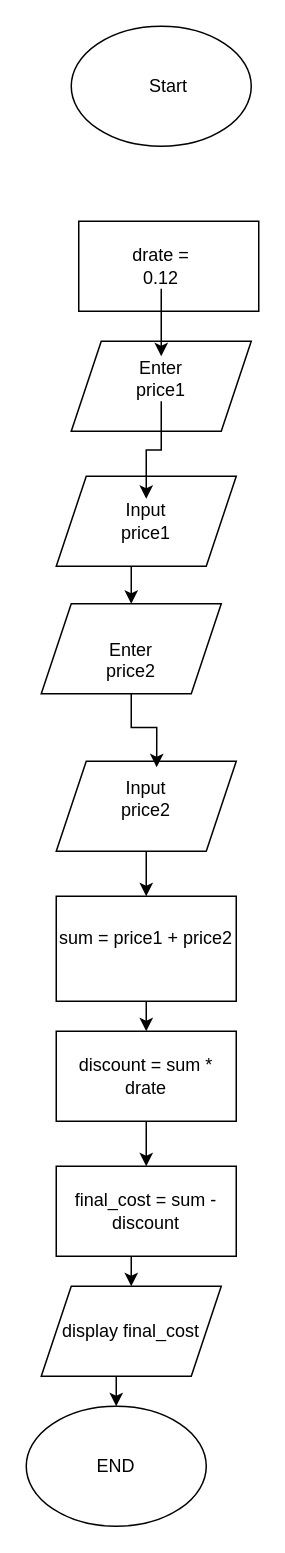
Before: Flowcharts/Untitled Diagram.drawio in ElectricDaFearox/Tougaloo-Fundemental-Programming, a draw.io diagram. Source tidied: cells renumbered, new cells numbered last; positions are measured from the earlier drawing's top-left corner, leaving out a move shared by most shapes. Both pictures are drawn from the tidied source at 150%, with x=0, y=0 at pixel (26, 26).
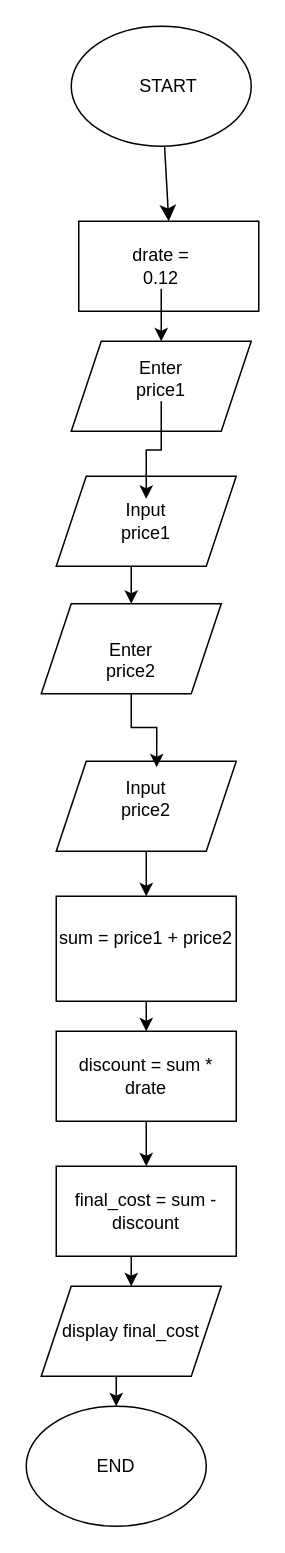
Above is the later version.

Unchanged cells that the change refers to:
```xml
<mxCell id="2" style="ellipse;whiteSpace=wrap;html=1;" parent="1" vertex="1">
  <mxGeometry x="30" width="120" height="80" as="geometry" />
</mxCell>
<mxCell id="3" style="rounded=0;whiteSpace=wrap;html=1;" parent="1" vertex="1">
  <mxGeometry x="35" y="130" width="120" height="60" as="geometry" />
</mxCell>
<mxCell id="4" style="shape=parallelogram;perimeter=parallelogramPerimeter;whiteSpace=wrap;html=1;fixedSize=1;" parent="1" vertex="1">
  <mxGeometry x="30" y="210" width="120" height="60" as="geometry" />
</mxCell>
<mxCell id="9" value="drate = 0.12" style="text;html=1;align=center;verticalAlign=middle;whiteSpace=wrap;rounded=0;" parent="1" vertex="1">
  <mxGeometry x="60" y="145" width="60" height="30" as="geometry" />
</mxCell>
<mxCell id="11" value="Enter price1" style="text;html=1;align=center;verticalAlign=middle;whiteSpace=wrap;rounded=0;" parent="1" vertex="1">
  <mxGeometry x="60" y="220" width="60" height="30" as="geometry" />
</mxCell>
```

Diff of the diagram source:
```diff
@@
+    <mxCell id="28" style="edgeStyle=none;curved=1;rounded=0;jettySize=auto;html=1;entryX=0.5;entryY=0;entryDx=0;entryDy=0;fontSize=12;startSize=8;endSize=8;" parent="1" edge="1" source="2" target="3">
+      <mxGeometry relative="1" as="geometry" />
+    </mxCell>
@@
-    <mxCell id="7" value="Start" style="text;html=1;align=center;verticalAlign=middle;whiteSpace=wrap;rounded=0;" parent="1" vertex="1">
+    <mxCell id="7" value="START" style="text;html=1;align=center;verticalAlign=middle;whiteSpace=wrap;rounded=0;" parent="1" vertex="1">
       <mxGeometry x="65" y="25" width="60" height="30" as="geometry" />
     </mxCell>
-    <mxCell id="8" style="edgeStyle=orthogonalEdgeStyle;rounded=0;jettySize=auto;html=1;" parent="1" edge="1" source="9" target="11">
+    <mxCell id="8" style="edgeStyle=orthogonalEdgeStyle;rounded=0;jettySize=auto;html=1;entryX=0.5;entryY=0;entryDx=0;entryDy=0;" parent="1" edge="1" source="9" target="4">
       <mxGeometry relative="1" as="geometry" />
     </mxCell>
```
